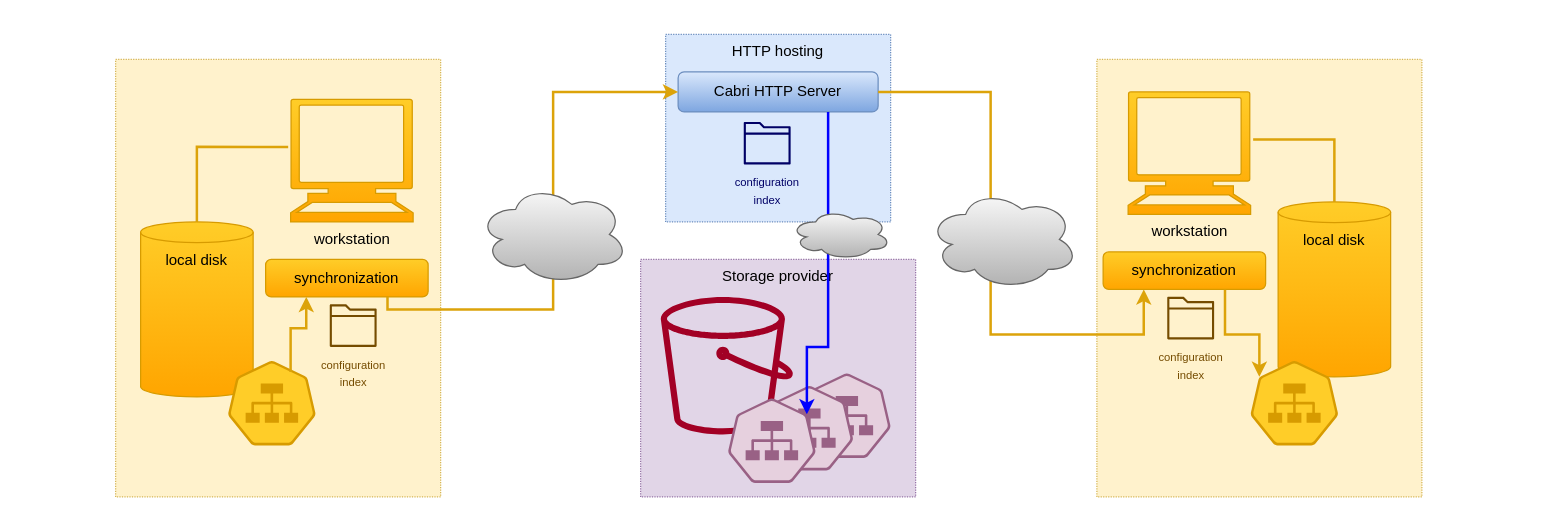
This is page "share-obs" (3 of 3) of blog/data/assets/images/cabri-share-conf/diagrams.drawio from t-beigbeder/otvl_blog, a draw.io file, before an edit. Source tidied: cells renumbered, new cells numbered last; positions are measured from the earlier drawing's top-left corner, leaving out a move shared by most shapes. Both pictures are drawn from the tidied source at 125%, with x=0, y=0 at pixel (21, 21).
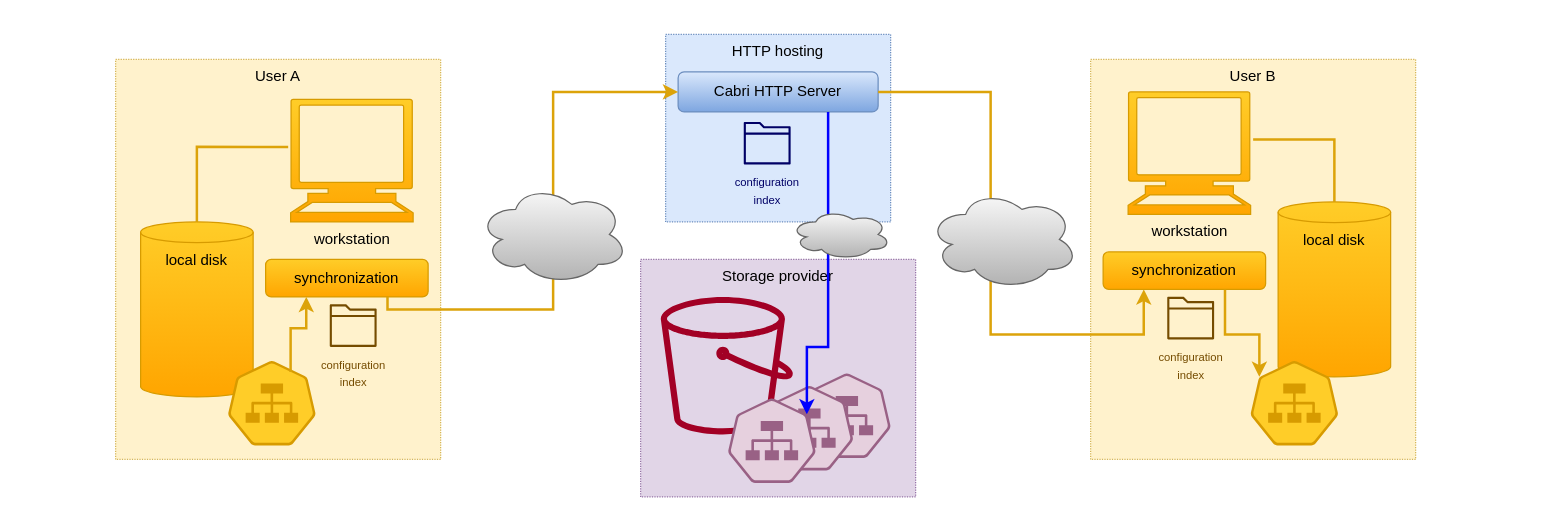
The same page after the edit.

Change to the diagram source:
```diff
@@
-    <mxCell id="4" style="rounded=0;whiteSpace=wrap;html=1;dashed=1;dashPattern=1 1;fillColor=#fff2cc;strokeColor=#d6b656;" parent="1" vertex="1">
-      <mxGeometry x="75" y="30" width="260" height="350" as="geometry" />
+    <mxCell id="4" value="User A" style="rounded=0;whiteSpace=wrap;html=1;dashed=1;dashPattern=1 1;fillColor=#fff2cc;strokeColor=#d6b656;verticalAlign=top;" parent="1" vertex="1">
+      <mxGeometry x="75" y="30" width="260" height="320" as="geometry" />
     </mxCell>
@@
-    <mxCell id="23" style="rounded=0;whiteSpace=wrap;html=1;dashed=1;dashPattern=1 1;fillColor=#fff2cc;strokeColor=#d6b656;" parent="1" vertex="1">
-      <mxGeometry x="860" y="30" width="260" height="350" as="geometry" />
+    <mxCell id="23" value="User B" style="rounded=0;whiteSpace=wrap;html=1;dashed=1;dashPattern=1 1;fillColor=#fff2cc;strokeColor=#d6b656;verticalAlign=top;" parent="1" vertex="1">
+      <mxGeometry x="855" y="30" width="260" height="320" as="geometry" />
     </mxCell>
```
